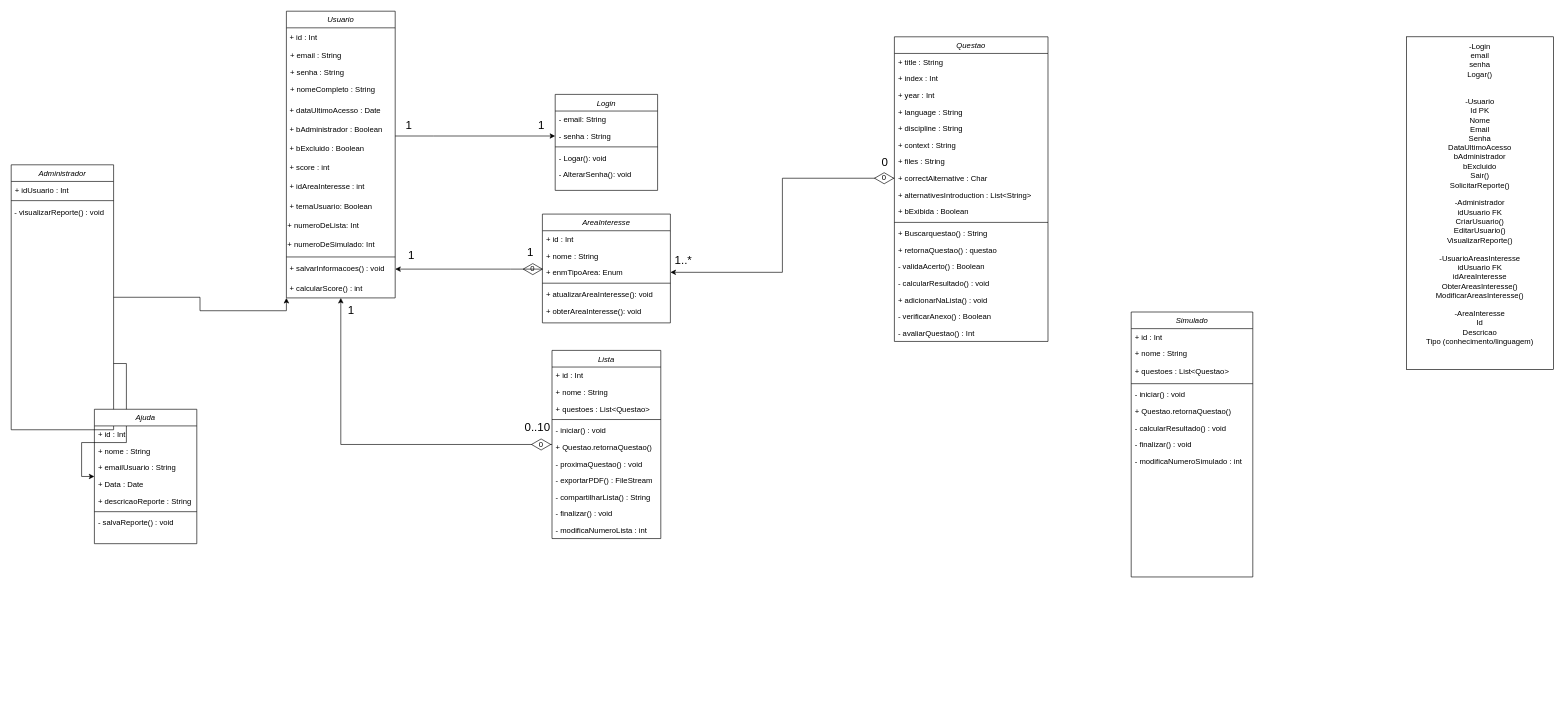
Before: QENEM UML Diagram.drawio in augustorazani/QENEM-UML-Diagram, a draw.io diagram. Source tidied: cells renumbered, new cells numbered last; positions are measured from the earlier drawing's top-left corner, leaving out a move shared by most shapes. Both pictures are drawn from the tidied source at 64%, with x=0, y=0 at pixel (11, 11).
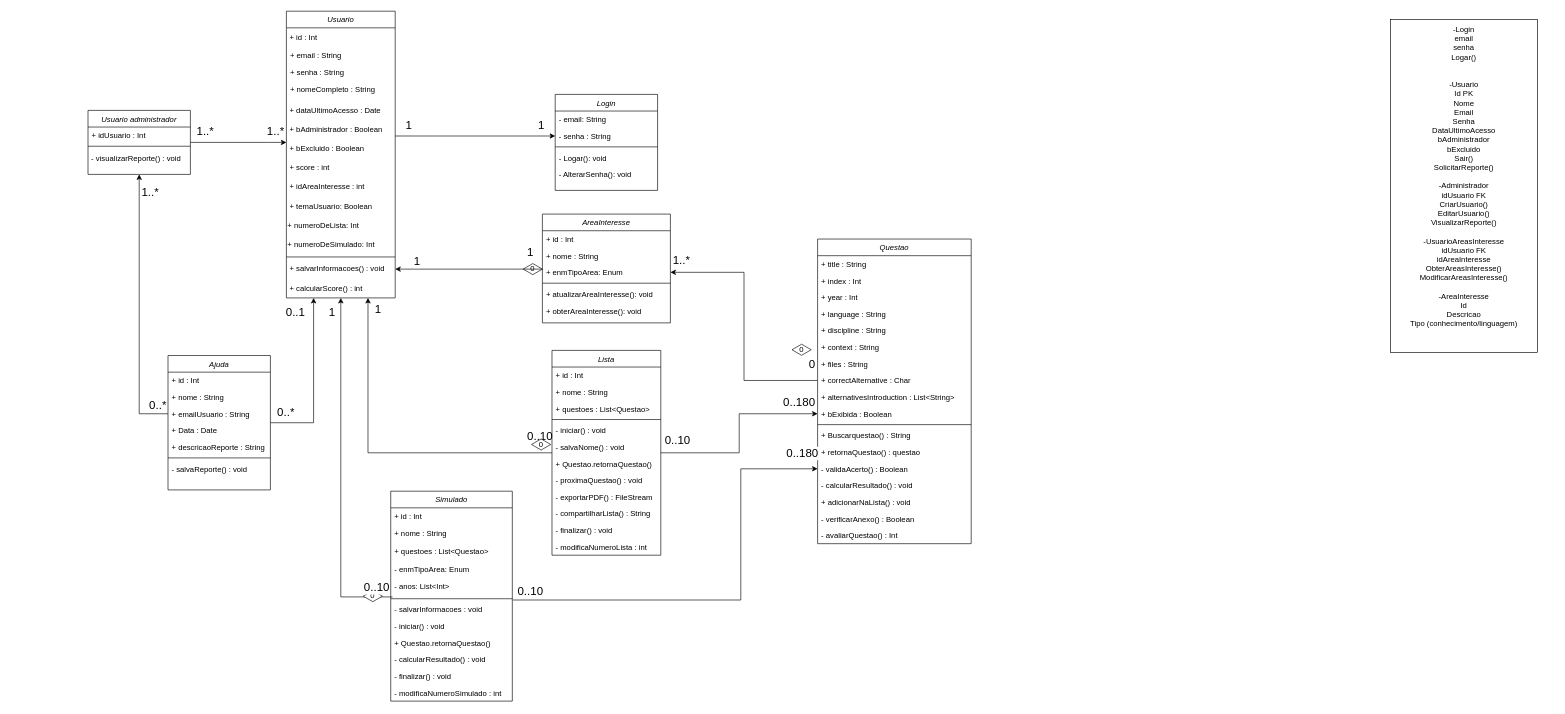
The same page after the edit.

Unchanged cells that the change refers to:
```xml
<mxCell id="4" value="Usuario" style="swimlane;fontStyle=2;align=center;verticalAlign=top;horizontal=1;startSize=26;rounded=0;shadow=0;strokeWidth=1;" parent="1" vertex="1">
  <mxGeometry x="430" width="170" height="448" as="geometry" />
</mxCell>
<mxCell id="11" value="&amp;nbsp;+ bExcluido : Boolean" style="text;html=1;align=left;verticalAlign=middle;whiteSpace=wrap;rounded=0;" parent="4" vertex="1">
  <mxGeometry y="200" width="170" height="30" as="geometry" />
</mxCell>
<mxCell id="19" value="&amp;nbsp;+ calcularScore() : int" style="text;strokeColor=none;align=left;fillColor=none;html=1;verticalAlign=middle;whiteSpace=wrap;rounded=0;" parent="4" vertex="1">
  <mxGeometry y="418" width="170" height="30" as="geometry" />
</mxCell>
<mxCell id="68" value="+ bExibida : Boolean" style="text;align=left;verticalAlign=top;spacingLeft=4;spacingRight=4;overflow=hidden;points=[[0,0.5],[1,0.5]];portConstraint=eastwest;rounded=0;shadow=0;html=0;" parent="58" vertex="1">
  <mxGeometry y="260" width="240" height="26" as="geometry" />
</mxCell>
<mxCell id="72" value="- validaAcerto() : Boolean" style="text;align=left;verticalAlign=top;spacingLeft=4;spacingRight=4;overflow=hidden;points=[[0,0.5],[1,0.5]];portConstraint=eastwest;" parent="58" vertex="1">
  <mxGeometry y="346" width="240" height="26" as="geometry" />
</mxCell>
<mxCell id="87" value="+ emailUsuario : String" style="text;align=left;verticalAlign=top;spacingLeft=4;spacingRight=4;overflow=hidden;points=[[0,0.5],[1,0.5]];portConstraint=eastwest;rounded=0;shadow=0;html=0;" parent="84" vertex="1">
  <mxGeometry y="78" width="160" height="26" as="geometry" />
</mxCell>
<mxCell id="99" style="edgeStyle=orthogonalEdgeStyle;rounded=0;jettySize=auto;html=1;entryX=1;entryY=0.5;entryDx=0;entryDy=0;" parent="1" edge="1" source="80" target="18">
  <mxGeometry relative="1" as="geometry">
    <Array as="points">
      <mxPoint x="780" y="403" />
      <mxPoint x="780" y="403" />
    </Array>
  </mxGeometry>
</mxCell>
```

Change to the diagram source:
```diff
@@
     <mxCell id="26" value="&lt;div&gt;-Login&lt;/div&gt;&lt;div&gt;email&lt;/div&gt;&lt;div&gt;senha&lt;/div&gt;&lt;div&gt;Logar()&lt;/div&gt;&lt;div&gt;&lt;br&gt;&lt;/div&gt;&lt;div&gt;&lt;br&gt;&lt;/div&gt;&lt;div&gt;-Usuario&lt;/div&gt;&lt;div&gt;Id PK&lt;/div&gt;&lt;div&gt;Nome&lt;/div&gt;&lt;div&gt;Email&lt;/div&gt;&lt;div&gt;Senha&lt;/div&gt;&lt;div&gt;DataUltimoAcesso&lt;/div&gt;&lt;div&gt;bAdministrador&lt;/div&gt;&lt;div&gt;bExcluido&lt;/div&gt;&lt;div&gt;Sair()&lt;/div&gt;&lt;div&gt;SolicitarReporte()&lt;/div&gt;&lt;div&gt;&lt;br&gt;&lt;/div&gt;&lt;div&gt;-Administrador&lt;/div&gt;&lt;div&gt;idUsuario FK&lt;/div&gt;&lt;div&gt;CriarUsuario()&lt;/div&gt;&lt;div&gt;EditarUsuario()&lt;/div&gt;&lt;div&gt;VisualizarReporte()&lt;/div&gt;&lt;div&gt;&lt;br&gt;&lt;/div&gt;&lt;div&gt;-UsuarioAreasInteresse&lt;/div&gt;&lt;div&gt;idUsuario FK&lt;/div&gt;&lt;div&gt;idAreaInteresse&lt;/div&gt;&lt;div&gt;ObterAreasInteresse()&lt;/div&gt;&lt;div&gt;ModificarAreasInteresse()&lt;/div&gt;&lt;div&gt;&lt;br&gt;&lt;/div&gt;&lt;div&gt;-AreaInteresse&lt;/div&gt;&lt;div&gt;Id&lt;/div&gt;&lt;div&gt;Descricao&lt;/div&gt;&lt;div&gt;Tipo (conhecimento/linguagem)&lt;/div&gt;&lt;div&gt;&lt;br&gt;&lt;/div&gt;&lt;div&gt;&lt;br&gt;&lt;/div&gt;" style="rounded=0;whiteSpace=wrap;html=1;" parent="1" vertex="1">
-      <mxGeometry x="2180" y="40" width="230" height="520" as="geometry" />
+      <mxGeometry x="2155" y="13" width="230" height="520" as="geometry" />
     </mxCell>
-    <mxCell id="27" style="edgeStyle=orthogonalEdgeStyle;rounded=0;jettySize=auto;html=1;exitX=1;exitY=0.5;exitDx=0;exitDy=0;entryX=0;entryY=1;entryDx=0;entryDy=0;" parent="1" edge="1" source="29" target="4">
-      <mxGeometry relative="1" as="geometry" />
-    </mxCell>
-    <mxCell id="28" style="edgeStyle=orthogonalEdgeStyle;rounded=0;jettySize=auto;html=1;exitX=1;exitY=0.75;exitDx=0;exitDy=0;entryX=0;entryY=0.5;entryDx=0;entryDy=0;" parent="1" edge="1" source="29" target="84">
-      <mxGeometry relative="1" as="geometry" />
-    </mxCell>
+    <mxCell id="104" style="edgeStyle=orthogonalEdgeStyle;rounded=0;jettySize=auto;html=1;" parent="1" edge="1" source="29" target="11">
+      <mxGeometry relative="1" as="geometry">
+        <Array as="points">
+          <mxPoint x="400" y="205" />
+          <mxPoint x="400" y="205" />
+        </Array>
+      </mxGeometry>
+    </mxCell>
-    <mxCell id="29" value="Administrador" style="swimlane;fontStyle=2;align=center;verticalAlign=top;horizontal=1;startSize=26;rounded=0;shadow=0;strokeWidth=1;" parent="1" vertex="1">
-      <mxGeometry y="240" width="160" height="414" as="geometry" />
+    <mxCell id="29" value="Usuario administrador" style="swimlane;fontStyle=2;align=center;verticalAlign=top;horizontal=1;startSize=26;rounded=0;shadow=0;strokeWidth=1;" parent="1" vertex="1">
+      <mxGeometry x="120" y="155" width="160" height="100" as="geometry" />
     </mxCell>
@@
-    <mxCell id="33" style="edgeStyle=orthogonalEdgeStyle;rounded=0;jettySize=auto;html=1;entryX=0.5;entryY=1;entryDx=0;entryDy=0;" parent="1" edge="1" source="36" target="19">
+    <mxCell id="33" style="edgeStyle=orthogonalEdgeStyle;rounded=0;jettySize=auto;html=1;entryX=0.75;entryY=1;entryDx=0;entryDy=0;" parent="1" edge="1" source="36" target="19">
       <mxGeometry relative="1" as="geometry" />
     </mxCell>
@@
+    <mxCell id="105" style="edgeStyle=orthogonalEdgeStyle;rounded=0;jettySize=auto;html=1;entryX=0;entryY=0.5;entryDx=0;entryDy=0;" parent="1" edge="1" source="36" target="68">
+      <mxGeometry relative="1" as="geometry" />
+    </mxCell>
+    <mxCell id="106" value="&lt;font style=&quot;font-size: 18px;&quot;&gt;0..10&lt;/font&gt;" style="edgeLabel;html=1;align=center;verticalAlign=middle;" parent="105" vertex="1">
+      <mxGeometry x="-0.91" y="-2" relative="1" as="geometry">
+        <mxPoint x="11" y="-22" as="offset" />
+      </mxGeometry>
+    </mxCell>
+    <mxCell id="107" value="&lt;font style=&quot;font-size: 18px;&quot;&gt;0..180&lt;/font&gt;" style="edgeLabel;html=1;align=center;verticalAlign=middle;" parent="105" vertex="1">
+      <mxGeometry x="0.88" y="2" relative="1" as="geometry">
+        <mxPoint x="-12" y="-17" as="offset" />
+      </mxGeometry>
+    </mxCell>
     <mxCell id="36" value="Lista" style="swimlane;fontStyle=2;align=center;verticalAlign=top;horizontal=1;startSize=26;rounded=0;shadow=0;strokeWidth=1;" parent="1" vertex="1">
-      <mxGeometry x="845" y="530" width="170" height="294" as="geometry" />
+      <mxGeometry x="845" y="530" width="170" height="320" as="geometry" />
     </mxCell>
@@
+    <mxCell id="108" value="- salvaNome() : void" style="text;align=left;verticalAlign=top;spacingLeft=4;spacingRight=4;overflow=hidden;" parent="36" vertex="1">
+      <mxGeometry y="138" width="170" height="26" as="geometry" />
+    </mxCell>
     <mxCell id="42" value="+ Questao.retornaQuestao()" style="text;align=left;verticalAlign=top;spacingLeft=4;spacingRight=4;overflow=hidden;" parent="36" vertex="1">
-      <mxGeometry y="138" width="170" height="26" as="geometry" />
+      <mxGeometry y="164" width="170" height="26" as="geometry" />
     </mxCell>
     <mxCell id="43" value="- proximaQuestao() : void" style="text;align=left;verticalAlign=top;spacingLeft=4;spacingRight=4;overflow=hidden;" parent="36" vertex="1">
-      <mxGeometry y="164" width="170" height="26" as="geometry" />
+      <mxGeometry y="190" width="170" height="26" as="geometry" />
     </mxCell>
     <mxCell id="44" value="- exportarPDF() : FileStream" style="text;align=left;verticalAlign=top;spacingLeft=4;spacingRight=4;overflow=hidden;" parent="36" vertex="1">
-      <mxGeometry y="190" width="170" height="26" as="geometry" />
+      <mxGeometry y="216" width="170" height="26" as="geometry" />
     </mxCell>
     <mxCell id="45" value="- compartilharLista() : String" style="text;align=left;verticalAlign=top;spacingLeft=4;spacingRight=4;overflow=hidden;" parent="36" vertex="1">
-      <mxGeometry y="216" width="170" height="26" as="geometry" />
+      <mxGeometry y="242" width="170" height="26" as="geometry" />
     </mxCell>
     <mxCell id="46" value="- finalizar() : void" style="text;align=left;verticalAlign=top;spacingLeft=4;spacingRight=4;overflow=hidden;" parent="36" vertex="1">
-      <mxGeometry y="242" width="170" height="26" as="geometry" />
+      <mxGeometry y="268" width="170" height="26" as="geometry" />
     </mxCell>
     <mxCell id="47" value="- modificaNumeroLista : int" style="text;align=left;verticalAlign=top;spacingLeft=4;spacingRight=4;overflow=hidden;" parent="36" vertex="1">
-      <mxGeometry y="268" width="170" height="26" as="geometry" />
+      <mxGeometry y="294" width="170" height="26" as="geometry" />
     </mxCell>
+    <mxCell id="109" style="edgeStyle=orthogonalEdgeStyle;rounded=0;jettySize=auto;html=1;entryX=0.5;entryY=1;entryDx=0;entryDy=0;exitX=0.015;exitY=1.043;exitDx=0;exitDy=0;exitPerimeter=0;" parent="1" edge="1" source="112" target="19">
+      <mxGeometry relative="1" as="geometry" />
+    </mxCell>
+    <mxCell id="110" style="edgeStyle=orthogonalEdgeStyle;rounded=0;jettySize=auto;html=1;entryX=0;entryY=0.5;entryDx=0;entryDy=0;exitX=1.004;exitY=-0.077;exitDx=0;exitDy=0;exitPerimeter=0;" parent="1" edge="1" source="113" target="72">
+      <mxGeometry relative="1" as="geometry">
+        <Array as="points">
+          <mxPoint x="1140" y="920" />
+          <mxPoint x="1140" y="715" />
+        </Array>
+      </mxGeometry>
+    </mxCell>
     <mxCell id="48" value="Simulado" style="swimlane;fontStyle=2;align=center;verticalAlign=top;horizontal=1;startSize=26;rounded=0;shadow=0;strokeWidth=1;" parent="1" vertex="1">
-      <mxGeometry x="1750" y="470" width="190" height="414" as="geometry" />
+      <mxGeometry x="593" y="750" width="190" height="328" as="geometry" />
     </mxCell>
@@
+    <mxCell id="111" value="- enmTipoArea: Enum" style="text;align=left;verticalAlign=top;spacingLeft=4;spacingRight=4;overflow=hidden;rounded=0;shadow=0;html=0;" parent="48" vertex="1">
+      <mxGeometry y="108" width="190" height="28" as="geometry" />
+    </mxCell>
+    <mxCell id="112" value="- anos: List&lt;Int&gt;" style="text;align=left;verticalAlign=top;spacingLeft=4;spacingRight=4;overflow=hidden;points=[[0,0.5],[1,0.5]];portConstraint=eastwest;rounded=0;shadow=0;html=0;" parent="48" vertex="1">
+      <mxGeometry y="136" width="190" height="28" as="geometry" />
+    </mxCell>
     <mxCell id="52" style="line;html=1;strokeWidth=1;align=left;verticalAlign=middle;spacingTop=-1;spacingLeft=3;spacingRight=3;labelPosition=right;" parent="48" vertex="1">
-      <mxGeometry y="108" width="190" height="8" as="geometry" />
+      <mxGeometry y="164" width="190" height="8" as="geometry" />
     </mxCell>
+    <mxCell id="113" value="- salvarInformacoes : void" style="text;align=left;verticalAlign=top;spacingLeft=4;spacingRight=4;overflow=hidden;points=[[0,0.5],[1,0.5]];portConstraint=eastwest;" parent="48" vertex="1">
+      <mxGeometry y="172" width="190" height="26" as="geometry" />
+    </mxCell>
     <mxCell id="53" value="- iniciar() : void" style="text;align=left;verticalAlign=top;spacingLeft=4;spacingRight=4;overflow=hidden;" parent="48" vertex="1">
-      <mxGeometry y="116" width="190" height="26" as="geometry" />
+      <mxGeometry y="198" width="190" height="26" as="geometry" />
     </mxCell>
     <mxCell id="54" value="+ Questao.retornaQuestao()" style="text;align=left;verticalAlign=top;spacingLeft=4;spacingRight=4;overflow=hidden;" parent="48" vertex="1">
-      <mxGeometry y="142" width="190" height="26" as="geometry" />
+      <mxGeometry y="224" width="190" height="26" as="geometry" />
     </mxCell>
     <mxCell id="55" value="- calcularResultado() : void" style="text;align=left;verticalAlign=top;spacingLeft=4;spacingRight=4;overflow=hidden;" parent="48" vertex="1">
-      <mxGeometry y="168" width="190" height="26" as="geometry" />
+      <mxGeometry y="250" width="190" height="26" as="geometry" />
     </mxCell>
     <mxCell id="56" value="- finalizar() : void" style="text;align=left;verticalAlign=top;spacingLeft=4;spacingRight=4;overflow=hidden;" parent="48" vertex="1">
-      <mxGeometry y="194" width="190" height="26" as="geometry" />
+      <mxGeometry y="276" width="190" height="26" as="geometry" />
     </mxCell>
     <mxCell id="57" value="- modificaNumeroSimulado : int" style="text;align=left;verticalAlign=top;spacingLeft=4;spacingRight=4;overflow=hidden;" parent="48" vertex="1">
-      <mxGeometry y="220" width="190" height="26" as="geometry" />
+      <mxGeometry y="302" width="190" height="26" as="geometry" />
     </mxCell>
     <mxCell id="58" value="Questao" style="swimlane;fontStyle=2;align=center;verticalAlign=top;horizontal=1;startSize=26;rounded=0;shadow=0;strokeWidth=1;" parent="1" vertex="1">
-      <mxGeometry x="1380" y="40" width="240" height="476" as="geometry" />
+      <mxGeometry x="1260" y="356" width="240" height="476" as="geometry" />
     </mxCell>
@@
+    <mxCell id="114" style="edgeStyle=orthogonalEdgeStyle;rounded=0;jettySize=auto;html=1;entryX=0.25;entryY=1;entryDx=0;entryDy=0;" parent="1" edge="1" source="84" target="19">
+      <mxGeometry relative="1" as="geometry" />
+    </mxCell>
     <mxCell id="84" value="Ajuda" style="swimlane;fontStyle=2;align=center;verticalAlign=top;horizontal=1;startSize=26;rounded=0;shadow=0;strokeWidth=1;" parent="1" vertex="1">
-      <mxGeometry x="130" y="622" width="160" height="210" as="geometry" />
+      <mxGeometry x="245" y="538" width="160" height="210" as="geometry" />
     </mxCell>
@@
     <mxCell id="96" value="0" style="html=1;whiteSpace=wrap;shape=isoRectangle;fillColor=light-dark(#FFFFFF,#FFFFFF);" parent="1" vertex="1">
-      <mxGeometry x="1349" y="252" width="30" height="18" as="geometry" />
+      <mxGeometry x="1220" y="520" width="30" height="18" as="geometry" />
     </mxCell>
@@
-    <mxCell id="100" value="&lt;font style=&quot;font-size: 18px;&quot;&gt;1&lt;/font&gt;" style="edgeLabel;html=1;align=center;verticalAlign=middle;" parent="99" vertex="1">
+    <mxCell id="100" value="&lt;font style=&quot;font-size: 18px;&quot;&gt;1..*&lt;/font&gt;" style="edgeLabel;html=1;align=center;verticalAlign=middle;" parent="99" vertex="1">
       <mxGeometry x="0.89" y="-1" relative="1" as="geometry">
-        <mxPoint x="11" y="-22" as="offset" />
+        <mxPoint x="-397" y="-119" as="offset" />
       </mxGeometry>
     </mxCell>
@@
+    <mxCell id="115" style="group;" parent="1" vertex="1">
+      <mxGeometry x="550" y="905" width="30" height="18" as="geometry" />
+    </mxCell>
+    <mxCell id="116" value="0" style="html=1;whiteSpace=wrap;shape=isoRectangle;fillColor=light-dark(#FFFFFF,#FFFFFF);" parent="115" vertex="1">
+      <mxGeometry width="30" height="18" as="geometry" />
+    </mxCell>
+    <mxCell id="117" value="&lt;font style=&quot;font-size: 18px;&quot;&gt;0..10&lt;/font&gt;" style="edgeLabel;html=1;align=center;verticalAlign=middle;" parent="115" vertex="1">
+      <mxGeometry x="20" y="-5" as="geometry" />
+    </mxCell>
+    <mxCell id="118" value="&lt;font style=&quot;font-size: 18px;&quot;&gt;1&lt;/font&gt;" style="edgeLabel;html=1;align=center;verticalAlign=middle;" parent="1" vertex="1">
+      <mxGeometry x="500" y="470" as="geometry" />
+    </mxCell>
+    <mxCell id="119" value="&lt;font style=&quot;font-size: 18px;&quot;&gt;0..180&lt;/font&gt;" style="edgeLabel;html=1;align=center;verticalAlign=middle;" parent="1" vertex="1">
+      <mxGeometry x="1235" y="690" as="geometry" />
+    </mxCell>
+    <mxCell id="120" value="&lt;font style=&quot;font-size: 18px;&quot;&gt;0..10&lt;/font&gt;" style="edgeLabel;html=1;align=center;verticalAlign=middle;" parent="1" vertex="1">
+      <mxGeometry x="810" y="905" as="geometry" />
+    </mxCell>
+    <mxCell id="121" style="edgeStyle=orthogonalEdgeStyle;rounded=0;jettySize=auto;html=1;entryX=0.5;entryY=1;entryDx=0;entryDy=0;" parent="1" edge="1" source="87" target="29">
+      <mxGeometry relative="1" as="geometry" />
+    </mxCell>
+    <mxCell id="122" value="&lt;font style=&quot;font-size: 18px;&quot;&gt;1&lt;/font&gt;" style="edgeLabel;html=1;align=center;verticalAlign=middle;" parent="1" vertex="1">
+      <mxGeometry x="633" y="390" as="geometry" />
+    </mxCell>
+    <mxCell id="123" value="&lt;font style=&quot;font-size: 18px;&quot;&gt;0..1&lt;/font&gt;" style="edgeLabel;html=1;align=center;verticalAlign=middle;" parent="1" vertex="1">
+      <mxGeometry x="633" y="403" as="geometry">
+        <mxPoint x="-190" y="67" as="offset" />
+      </mxGeometry>
+    </mxCell>
+    <mxCell id="124" value="&lt;font style=&quot;font-size: 18px;&quot;&gt;0..*&lt;/font&gt;" style="edgeLabel;html=1;align=center;verticalAlign=middle;" parent="1" vertex="1">
+      <mxGeometry x="545" y="583" as="geometry">
+        <mxPoint x="-317" y="32" as="offset" />
+      </mxGeometry>
+    </mxCell>
+    <mxCell id="125" value="&lt;font style=&quot;font-size: 18px;&quot;&gt;0..*&lt;/font&gt;" style="edgeLabel;html=1;align=center;verticalAlign=middle;" parent="1" vertex="1">
+      <mxGeometry x="745" y="594" as="geometry">
+        <mxPoint x="-317" y="32" as="offset" />
+      </mxGeometry>
+    </mxCell>
+    <mxCell id="126" value="&lt;font style=&quot;font-size: 18px;&quot;&gt;1..*&lt;/font&gt;" style="edgeLabel;html=1;align=center;verticalAlign=middle;" parent="1" vertex="1">
+      <mxGeometry x="225" y="293" as="geometry">
+        <mxPoint x="77" y="-106" as="offset" />
+      </mxGeometry>
+    </mxCell>
+    <mxCell id="127" value="&lt;font style=&quot;font-size: 18px;&quot;&gt;1..*&lt;/font&gt;" style="edgeLabel;html=1;align=center;verticalAlign=middle;" parent="1" vertex="1">
+      <mxGeometry x="335" y="293" as="geometry">
+        <mxPoint x="77" y="-106" as="offset" />
+      </mxGeometry>
+    </mxCell>
```
